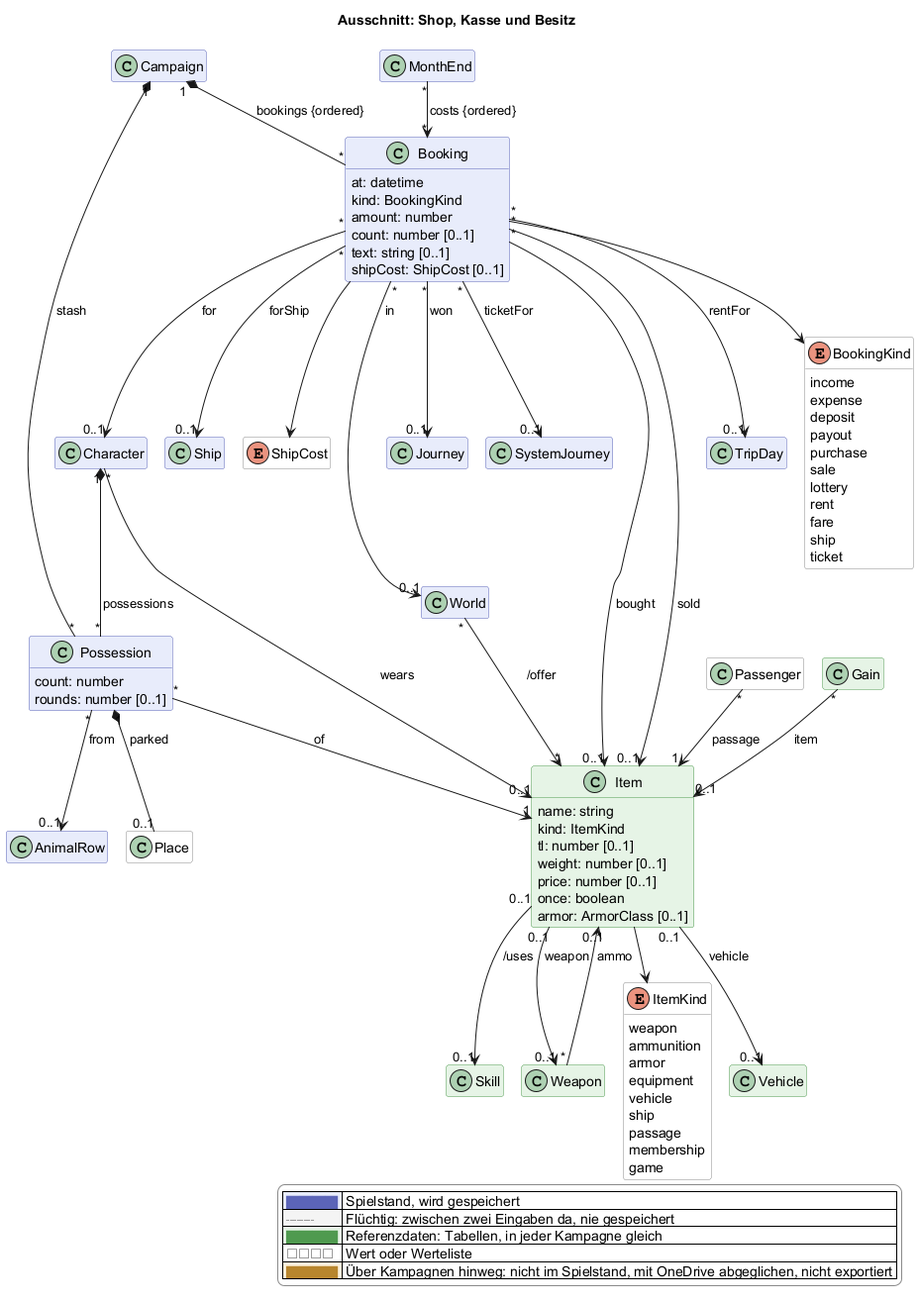
Before: docs/views/shop.png, a diagram exported from PlantUML (scuzzar/SRE).
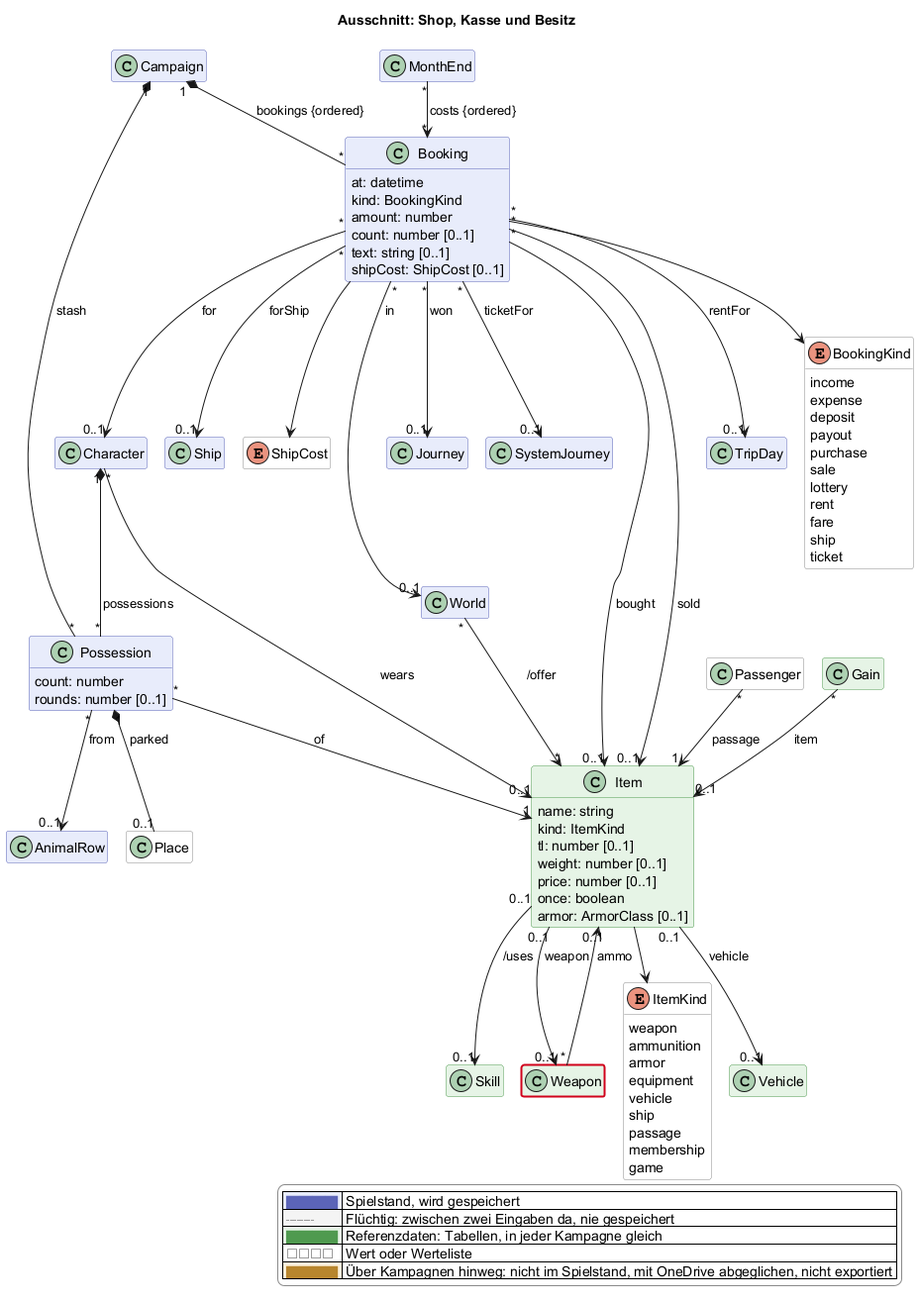
The same file after the commit.

What changed in the source:
```diff
@@ -188,4 +188,5 @@
   |<#ffffff> <color:#8a8a8a>□□□□</color> | Wert oder Werteliste |
   |<#fdf1dc> <color:#b8862e>████</color> | Über Kampagnen hinweg: nicht im Spielstand, mit OneDrive abgeglichen, nicht exportiert |
 endlegend
+class Weapon #line:d0021b;line.bold
 @enduml
```
